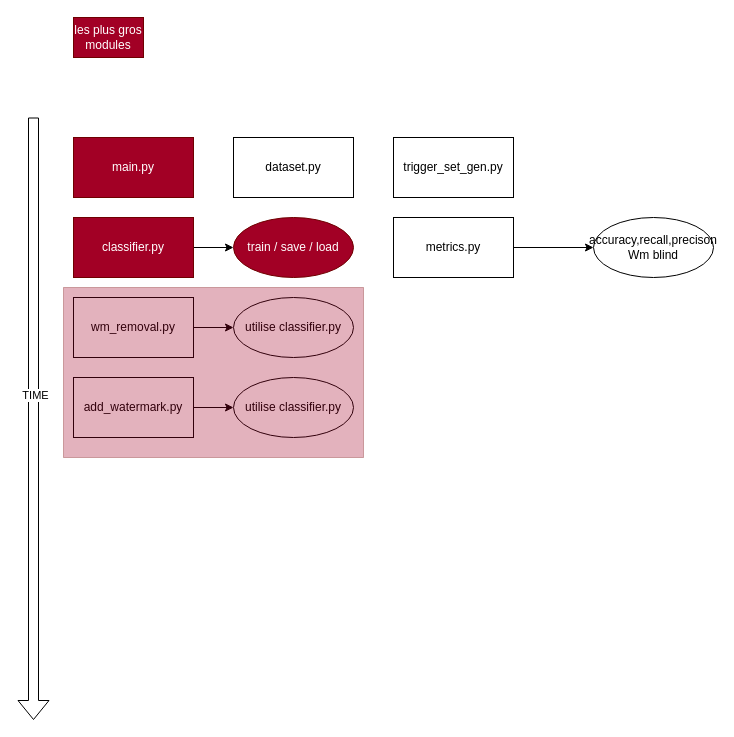
Earlier version of the draw.io diagram page "all modules" (1 of 3) of others/master.drawio (remigodet/watermarking). Source tidied: cells renumbered, new cells numbered last; positions are measured from the earlier drawing's top-left corner, leaving out a move shared by most shapes. Both pictures are drawn from the tidied source at 100%, with x=0, y=0 at pixel (33, 17).
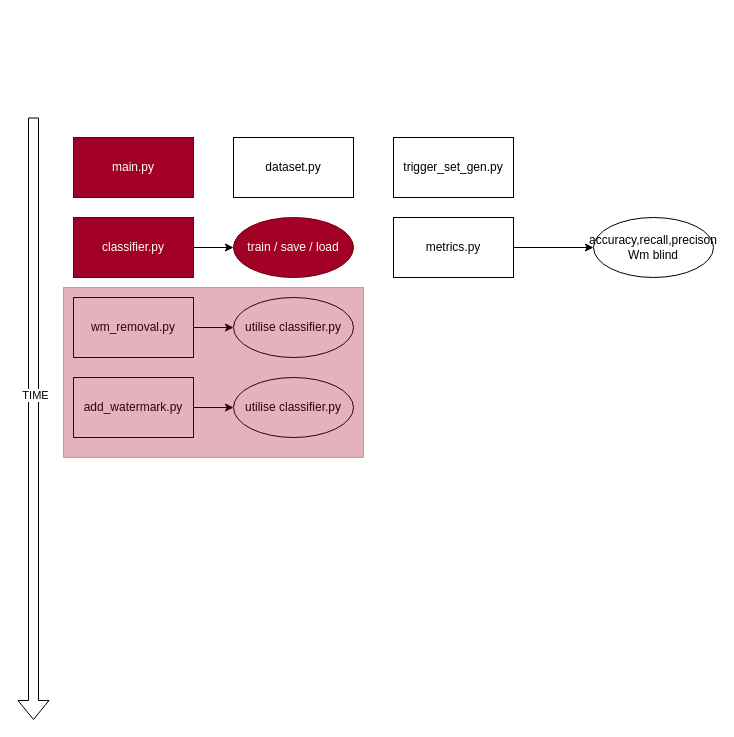
Above is the later version.

What changed in the source:
```diff
@@
-    <mxCell id="15" value="les plus gros modules" style="rounded=0;whiteSpace=wrap;html=1;fillColor=#a20025;fontColor=#ffffff;strokeColor=#6F0000;" parent="1" vertex="1">
-      <mxGeometry x="40" width="70" height="40" as="geometry" />
-    </mxCell>
```
